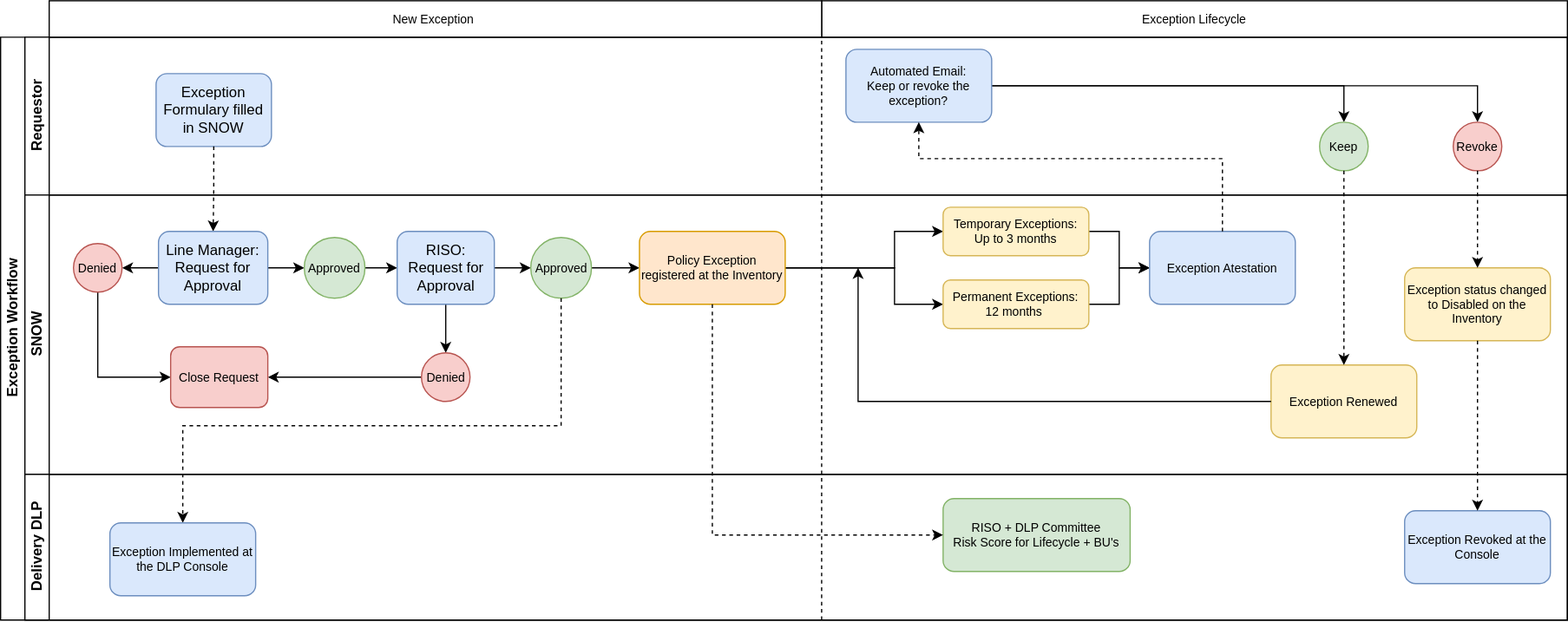
The draw.io diagram Fluxograma.svg in jovblopes/Internet-of-Things, before a commit. Source tidied: cells renumbered, new cells last; positions are measured from the earlier drawing's top-left corner, leaving out a move shared by most shapes.
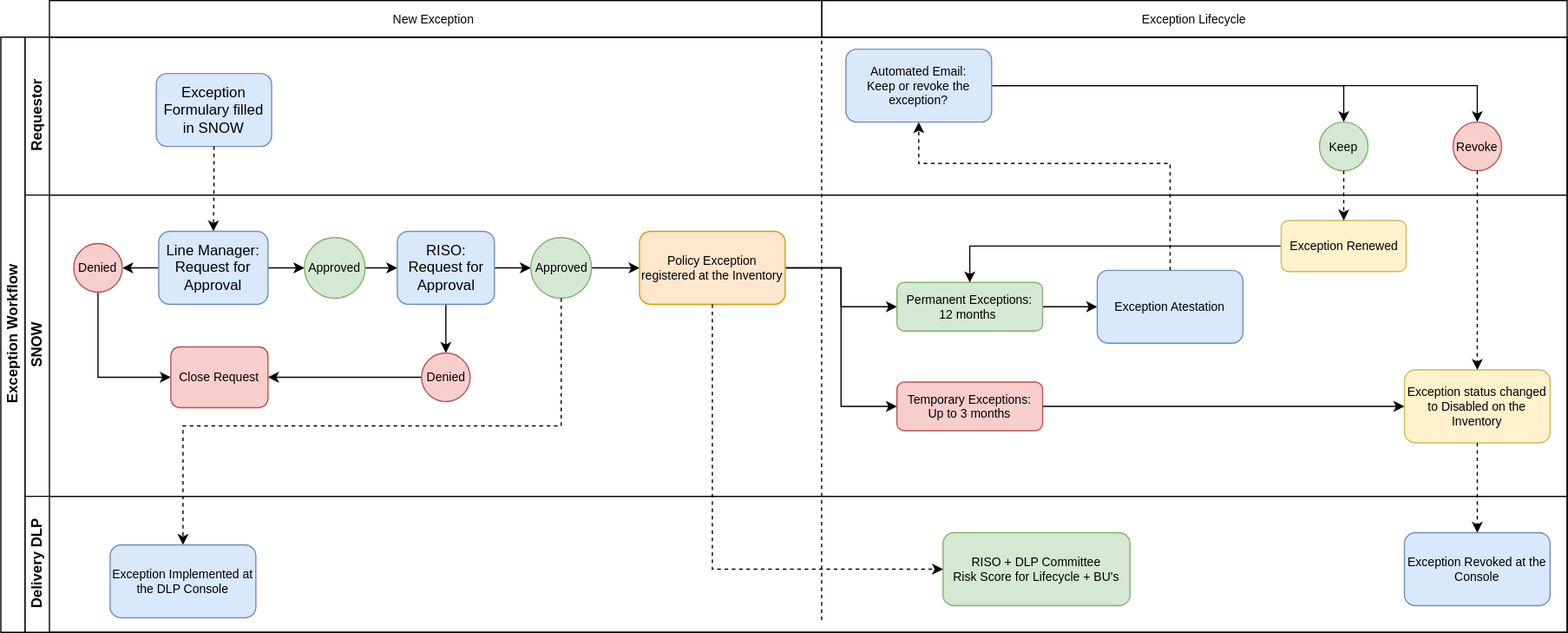
After the commit.

What changed in the source:
```diff
@@ -9,7 +9,7 @@
       <mxGeometry width="1290" height="510" as="geometry" />
     </mxCell>
     <mxCell id="4" value="Exception Workflow" style="swimlane;html=1;horizontal=0;startSize=20;" parent="3" vertex="1">
-      <mxGeometry y="30" width="1290" height="480" as="geometry" />
+      <mxGeometry y="30" width="1290" height="490" as="geometry" />
     </mxCell>
     <mxCell id="5" value="Requestor" style="swimlane;html=1;startSize=20;horizontal=0;" parent="4" vertex="1">
       <mxGeometry x="20" width="1270" height="130" as="geometry" />
@@ -39,7 +39,7 @@
       <mxGeometry relative="1" as="geometry" />
     </mxCell>
     <mxCell id="14" value="SNOW" style="swimlane;html=1;startSize=20;horizontal=0;" parent="4" vertex="1">
-      <mxGeometry x="20" y="130" width="1270" height="230" as="geometry" />
+      <mxGeometry x="20" y="130" width="1270" height="248" as="geometry" />
     </mxCell>
     <mxCell id="15" style="edgeStyle=orthogonalEdgeStyle;rounded=0;jettySize=auto;html=1;entryX=0;entryY=0.5;entryDx=0;entryDy=0;fontSize=10;" parent="14" edge="1" source="17" target="19">
       <mxGeometry relative="1" as="geometry" />
@@ -90,45 +90,38 @@
     <mxCell id="29" value="Close Request" style="rounded=1;whiteSpace=wrap;html=1;fontSize=10;fillColor=#f8cecc;strokeColor=#b85450;" parent="14" vertex="1">
       <mxGeometry x="120" y="125" width="80" height="50" as="geometry" />
     </mxCell>
+    <mxCell id="31" style="edgeStyle=orthogonalEdgeStyle;rounded=0;jettySize=auto;html=1;entryX=0;entryY=0.5;entryDx=0;entryDy=0;fontSize=10;" parent="14" edge="1" source="32" target="36">
+      <mxGeometry relative="1" as="geometry" />
+    </mxCell>
     <mxCell id="30" style="edgeStyle=orthogonalEdgeStyle;rounded=0;jettySize=auto;html=1;entryX=0;entryY=0.5;entryDx=0;entryDy=0;fontSize=10;" parent="14" edge="1" source="32" target="34">
-      <mxGeometry relative="1" as="geometry">
-        <Array as="points">
-          <mxPoint x="716" y="60" />
-          <mxPoint x="716" y="30" />
-        </Array>
-      </mxGeometry>
+      <mxGeometry relative="1" as="geometry" />
     </mxCell>
-    <mxCell id="31" style="edgeStyle=orthogonalEdgeStyle;rounded=0;jettySize=auto;html=1;entryX=0;entryY=0.5;entryDx=0;entryDy=0;fontSize=10;" parent="14" edge="1" source="32" target="36">
-      <mxGeometry relative="1" as="geometry">
-        <Array as="points">
-          <mxPoint x="716" y="60" />
-          <mxPoint x="716" y="90" />
-        </Array>
-      </mxGeometry>
-    </mxCell>
     <mxCell id="32" value="Policy Exception registered at the Inventory" style="rounded=1;whiteSpace=wrap;html=1;fontSize=10;fillColor=#ffe6cc;strokeColor=#d79b00;" parent="14" vertex="1">
       <mxGeometry x="506" y="30" width="120" height="60" as="geometry" />
     </mxCell>
-    <mxCell id="33" style="edgeStyle=orthogonalEdgeStyle;rounded=0;jettySize=auto;html=1;entryX=0;entryY=0.5;entryDx=0;entryDy=0;fontSize=10;" parent="14" edge="1" source="34" target="37">
-      <mxGeometry relative="1" as="geometry" />
-    </mxCell>
+    <mxCell id="53" style="edgeStyle=orthogonalEdgeStyle;rounded=0;jettySize=auto;html=1;entryX=0;entryY=0.5;entryDx=0;entryDy=0;fontSize=10;" parent="14" edge="1" source="34" target="38">
+      <mxGeometry relative="1" as="geometry" />
+    </mxCell>
-    <mxCell id="34" value="Temporary Exceptions:&lt;br&gt;Up to 3 months" style="rounded=1;whiteSpace=wrap;html=1;fontSize=10;fillColor=#fff2cc;strokeColor=#d6b656;" parent="14" vertex="1">
-      <mxGeometry x="756" y="10" width="120" height="40" as="geometry" />
+    <mxCell id="34" value="Temporary Exceptions:&lt;br&gt;Up to 3 months" style="rounded=1;whiteSpace=wrap;html=1;fontSize=10;fillColor=#f8cecc;strokeColor=#b85450;" parent="14" vertex="1">
+      <mxGeometry x="718" y="154" width="120" height="40" as="geometry" />
     </mxCell>
     <mxCell id="35" style="edgeStyle=orthogonalEdgeStyle;rounded=0;jettySize=auto;html=1;entryX=0;entryY=0.5;entryDx=0;entryDy=0;fontSize=10;" parent="14" edge="1" source="36" target="37">
       <mxGeometry relative="1" as="geometry" />
     </mxCell>
-    <mxCell id="36" value="Permanent Exceptions:&lt;br&gt;12 months&amp;nbsp;" style="rounded=1;whiteSpace=wrap;html=1;fontSize=10;fillColor=#fff2cc;strokeColor=#d6b656;" parent="14" vertex="1">
-      <mxGeometry x="756" y="70" width="120" height="40" as="geometry" />
+    <mxCell id="36" value="Permanent Exceptions:&lt;br&gt;12 months&amp;nbsp;" style="rounded=1;whiteSpace=wrap;html=1;fontSize=10;fillColor=#d5e8d4;strokeColor=#82b366;" parent="14" vertex="1">
+      <mxGeometry x="718" y="72" width="120" height="40" as="geometry" />
     </mxCell>
     <mxCell id="37" value="Exception Atestation" style="rounded=1;whiteSpace=wrap;html=1;fontSize=10;fillColor=#dae8fc;strokeColor=#6c8ebf;" parent="14" vertex="1">
-      <mxGeometry x="926" y="30" width="120" height="60" as="geometry" />
+      <mxGeometry x="883" y="62" width="120" height="60" as="geometry" />
     </mxCell>
     <mxCell id="38" value="Exception status changed to Disabled on the Inventory" style="rounded=1;whiteSpace=wrap;html=1;fontSize=10;fillColor=#fff2cc;strokeColor=#d6b656;" parent="14" vertex="1">
-      <mxGeometry x="1136" y="60" width="120" height="60" as="geometry" />
+      <mxGeometry x="1136" y="144" width="120" height="60" as="geometry" />
     </mxCell>
+    <mxCell id="54" style="edgeStyle=orthogonalEdgeStyle;rounded=0;jettySize=auto;html=1;entryX=0.5;entryY=0;entryDx=0;entryDy=0;fontSize=10;" parent="14" edge="1" source="39" target="36">
+      <mxGeometry relative="1" as="geometry" />
+    </mxCell>
     <mxCell id="39" value="Exception Renewed" style="rounded=1;whiteSpace=wrap;html=1;fontSize=10;fillColor=#fff2cc;strokeColor=#d6b656;" parent="14" vertex="1">
-      <mxGeometry x="1026" y="140" width="120" height="60" as="geometry" />
+      <mxGeometry x="1034.5" y="21" width="103" height="42" as="geometry" />
     </mxCell>
     <mxCell id="40" style="edgeStyle=orthogonalEdgeStyle;rounded=0;jettySize=auto;html=1;entryX=0.5;entryY=0;entryDx=0;entryDy=0;fontSize=10;dashed=1;" parent="4" edge="1" source="26" target="42">
       <mxGeometry relative="1" as="geometry">
@@ -139,7 +132,7 @@
       </mxGeometry>
     </mxCell>
     <mxCell id="41" value="Delivery DLP" style="swimlane;html=1;startSize=20;horizontal=0;" parent="4" vertex="1">
-      <mxGeometry x="20" y="360" width="1270" height="120" as="geometry" />
+      <mxGeometry x="20" y="378" width="1270" height="112" as="geometry" />
     </mxCell>
     <mxCell id="42" value="Exception Implemented at the DLP Console" style="rounded=1;whiteSpace=wrap;html=1;fontSize=10;fillColor=#dae8fc;strokeColor=#6c8ebf;" parent="41" vertex="1">
       <mxGeometry x="70" y="40" width="120" height="60" as="geometry" />
@@ -148,16 +141,8 @@
       <mxGeometry x="1136" y="30" width="120" height="60" as="geometry" />
     </mxCell>
     <mxCell id="44" value="RISO + DLP Committee&lt;br&gt;Risk Score for Lifecycle + BU's" style="rounded=1;whiteSpace=wrap;html=1;fontSize=10;fillColor=#d5e8d4;strokeColor=#82b366;" parent="41" vertex="1">
-      <mxGeometry x="756" y="20" width="154" height="60" as="geometry" />
+      <mxGeometry x="756" y="30" width="154" height="60" as="geometry" />
     </mxCell>
-    <mxCell id="45" style="edgeStyle=orthogonalEdgeStyle;rounded=0;jettySize=auto;html=1;entryX=0.5;entryY=1;entryDx=0;entryDy=0;fontSize=10;dashed=1;" parent="4" edge="1" source="37" target="10">
-      <mxGeometry relative="1" as="geometry">
-        <Array as="points">
-          <mxPoint x="1006" y="100" />
-          <mxPoint x="756" y="100" />
-        </Array>
-      </mxGeometry>
-    </mxCell>
     <mxCell id="46" style="edgeStyle=orthogonalEdgeStyle;rounded=0;jettySize=auto;html=1;entryX=0.5;entryY=0;entryDx=0;entryDy=0;fontSize=10;dashed=1;" parent="4" edge="1" source="12" target="38">
       <mxGeometry relative="1" as="geometry" />
     </mxCell>
@@ -170,10 +155,18 @@
     <mxCell id="49" style="edgeStyle=orthogonalEdgeStyle;rounded=0;jettySize=auto;html=1;entryX=0;entryY=0.5;entryDx=0;entryDy=0;fontSize=10;dashed=1;" parent="4" edge="1" source="32" target="44">
       <mxGeometry relative="1" as="geometry">
         <Array as="points">
-          <mxPoint x="586" y="410" />
+          <mxPoint x="586" y="438" />
         </Array>
       </mxGeometry>
     </mxCell>
+    <mxCell id="45" style="edgeStyle=orthogonalEdgeStyle;rounded=0;jettySize=auto;html=1;entryX=0.5;entryY=1;entryDx=0;entryDy=0;fontSize=10;dashed=1;" parent="4" edge="1" source="37" target="10">
+      <mxGeometry relative="1" as="geometry">
+        <Array as="points">
+          <mxPoint x="963" y="104" />
+          <mxPoint x="756" y="104" />
+        </Array>
+      </mxGeometry>
+    </mxCell>
     <mxCell id="50" value="New Exception&amp;nbsp;" style="rounded=0;whiteSpace=wrap;html=1;fontSize=10;" parent="3" vertex="1">
       <mxGeometry x="40" width="636" height="30" as="geometry" />
     </mxCell>
@@ -182,10 +175,5 @@
         <mxPoint x="676" y="510" as="sourcePoint" />
       </mxGeometry>
     </mxCell>
-    <mxCell id="52" style="edgeStyle=orthogonalEdgeStyle;rounded=0;jettySize=auto;html=1;fontSize=10;" parent="1" edge="1" source="39">
-      <mxGeometry relative="1" as="geometry">
-        <mxPoint x="706" y="220" as="targetPoint" />
-      </mxGeometry>
-    </mxCell>
   </root>
 </mxGraphModel>
```
